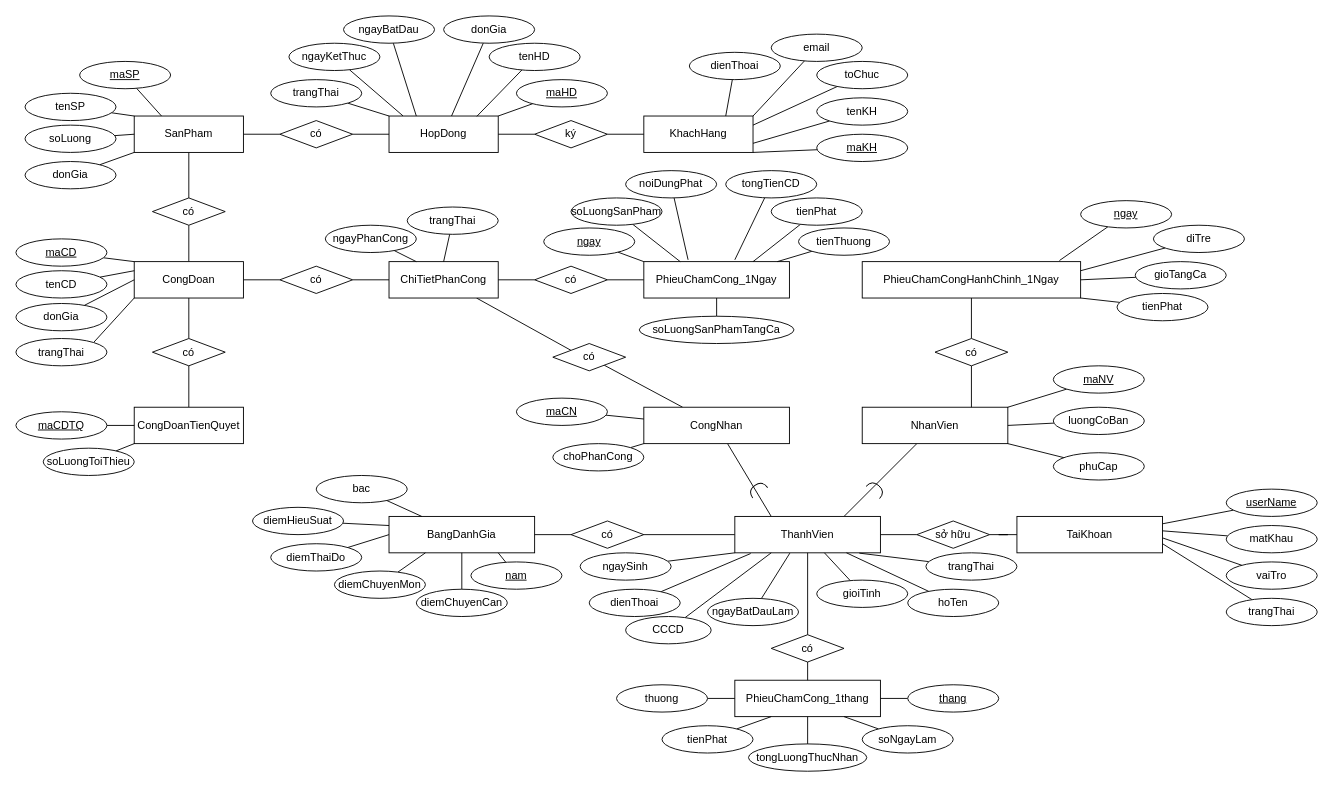
Earlier version of the draw.io diagram page "EER" (3 of 4) of EntityRelationshipDiagram.drawio (TomTom2k/-management-of-a-ceramic-processing-company). Source tidied: cells renumbered, new cells numbered last; positions are measured from the earlier drawing's top-left corner, leaving out a move shared by most shapes. Both pictures are drawn from the tidied source at 91%, with x=0, y=0 at pixel (15, 15).
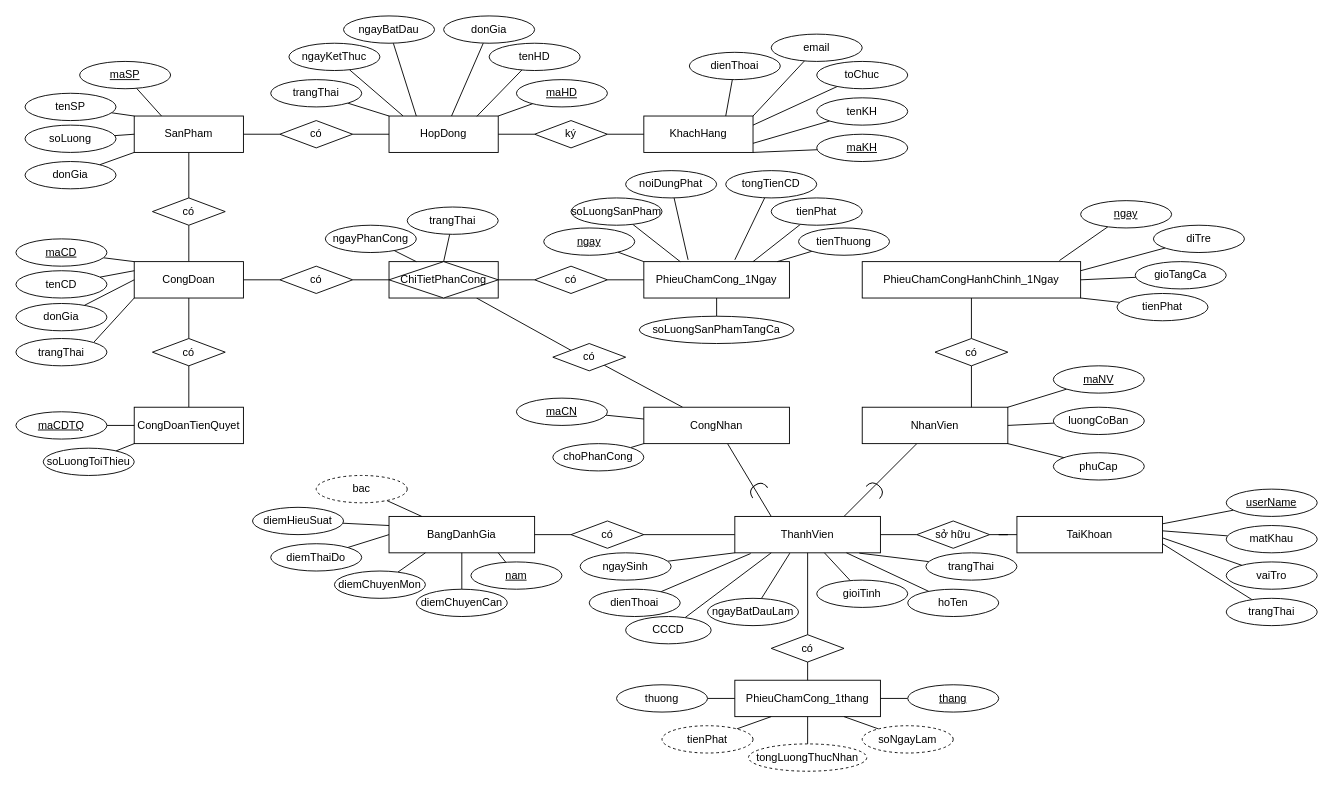
The same page after the edit.

Change to the diagram source:
```diff
@@
-    <mxCell id="23" value="ChiTietPhanCong" style="rounded=0;whiteSpace=wrap;html=1;" parent="1" vertex="1">
+    <mxCell id="23" style="rounded=0;whiteSpace=wrap;html=1;" parent="1" vertex="1">
       <mxGeometry x="410" y="270" width="120" height="40" as="geometry" />
     </mxCell>
@@
-    <mxCell id="92" value="soNgayLam" style="ellipse;whiteSpace=wrap;html=1;align=center;" parent="1" vertex="1">
+    <mxCell id="92" value="soNgayLam" style="ellipse;whiteSpace=wrap;html=1;align=center;dashed=1;" parent="1" vertex="1">
       <mxGeometry x="930" y="780" width="100" height="30" as="geometry" />
     </mxCell>
@@
-    <mxCell id="96" value="tienPhat" style="ellipse;whiteSpace=wrap;html=1;align=center;" parent="1" vertex="1">
+    <mxCell id="96" value="tienPhat" style="ellipse;whiteSpace=wrap;html=1;align=center;dashed=1;" parent="1" vertex="1">
       <mxGeometry x="710" y="780" width="100" height="30" as="geometry" />
     </mxCell>
@@
-    <mxCell id="98" value="tongLuongThucNhan" style="ellipse;whiteSpace=wrap;html=1;align=center;" parent="1" vertex="1">
+    <mxCell id="98" value="tongLuongThucNhan" style="ellipse;whiteSpace=wrap;html=1;align=center;dashed=1;" parent="1" vertex="1">
       <mxGeometry x="805" y="800" width="130" height="30" as="geometry" />
     </mxCell>
@@
-    <mxCell id="110" value="bac" style="ellipse;whiteSpace=wrap;html=1;align=center;" parent="1" vertex="1">
+    <mxCell id="110" value="bac" style="ellipse;whiteSpace=wrap;html=1;align=center;fillStyle=auto;dashed=1;" parent="1" vertex="1">
       <mxGeometry x="330" y="505" width="100" height="30" as="geometry" />
     </mxCell>
@@
+    <mxCell id="175" value="ChiTietPhanCong" style="rhombus;whiteSpace=wrap;html=1;" parent="1" vertex="1">
+      <mxGeometry x="410" y="270" width="120" height="40" as="geometry" />
+    </mxCell>
```
